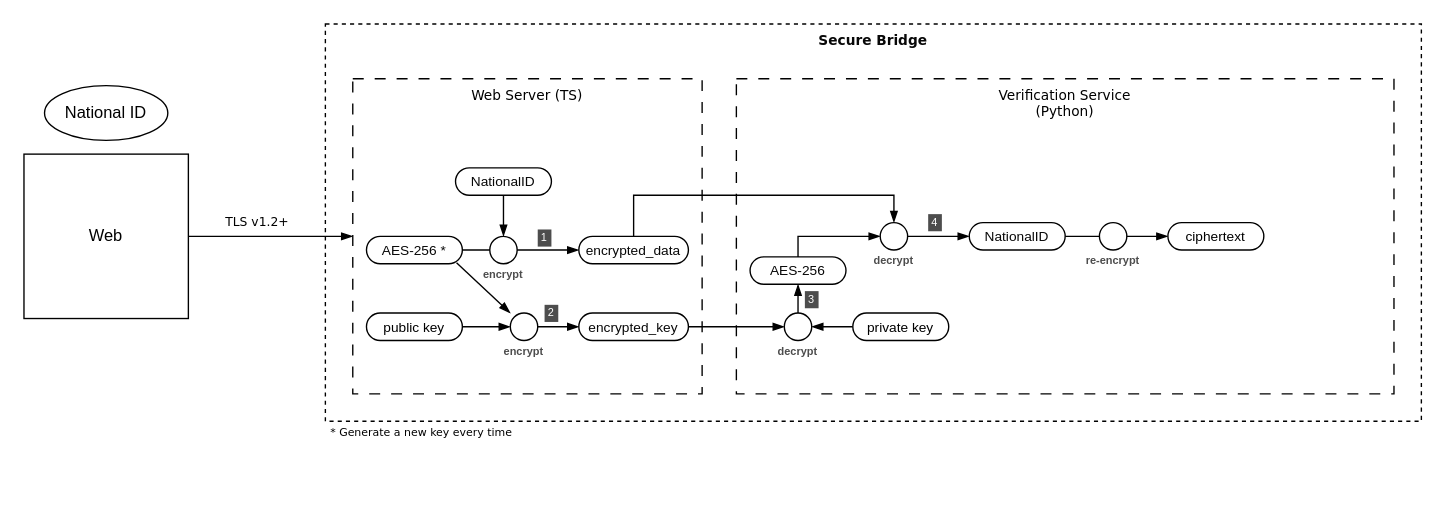
Above: secure bridge.drawio in oskee121/Assignment-Secure-Bridge-Library-Apr-2026 (draw.io), before the change. Source tidied: cells renumbered, new cells numbered last; positions are measured from the earlier drawing's top-left corner, leaving out a move shared by most shapes. Both pictures are drawn from the tidied source at 137%, with x=0, y=0 at pixel (23, 23).
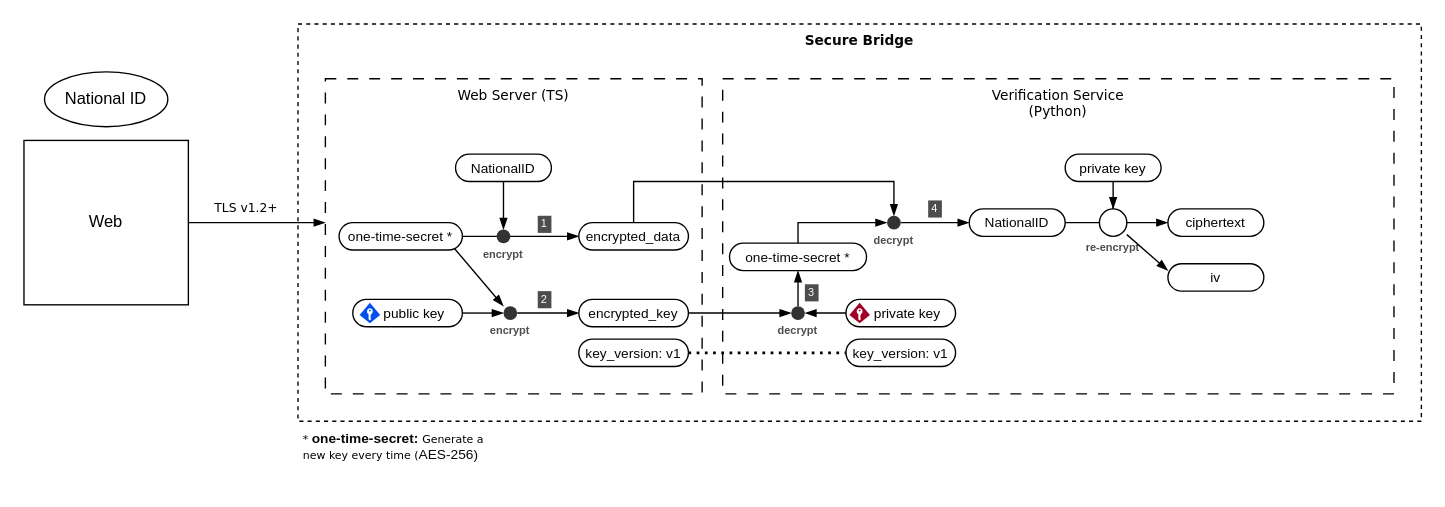
The same page after the edit.

Commit message:
refactor: update secure bridge diagram layout and component styling

What changed in the source:
```diff
@@
     <mxCell id="2" value="&lt;strong style=&quot;font-weight: bold; box-sizing: border-box; color: rgb(8, 8, 8); text-align: start; line-height: 100%;&quot;&gt;Secure Bridge&lt;/strong&gt;" style="rounded=0;whiteSpace=wrap;html=1;verticalAlign=top;labelBackgroundColor=none;dashed=1;fontFamily=Verdana;fontSize=10;" parent="1" vertex="1">
-      <mxGeometry x="220" width="800" height="290" as="geometry" />
+      <mxGeometry x="200" width="820" height="290" as="geometry" />
     </mxCell>
-    <mxCell id="3" value="TLS v1.2+" style="edgeStyle=orthogonalEdgeStyle;rounded=0;jettySize=auto;html=1;endArrow=blockThin;endFill=1;fontFamily=Verdana;fontSize=9;" parent="1" edge="1" source="4" target="5">
-      <mxGeometry x="-0.17" y="10" relative="1" as="geometry" />
+    <mxCell id="3" value="TLS v1.2+" style="edgeStyle=orthogonalEdgeStyle;rounded=0;jettySize=auto;html=1;endArrow=blockThin;endFill=1;fontFamily=Verdana;fontSize=9;" parent="1" edge="1" source="4">
+      <mxGeometry x="-0.17" y="10" relative="1" as="geometry">
+        <mxPoint x="220" y="145" as="targetPoint" />
+      </mxGeometry>
     </mxCell>
     <mxCell id="4" value="Web" style="rounded=0;whiteSpace=wrap;html=1;" parent="1" vertex="1">
-      <mxGeometry y="95" width="120" height="120" as="geometry" />
+      <mxGeometry y="85" width="120" height="120" as="geometry" />
     </mxCell>
     <mxCell id="5" value="Web Server&amp;nbsp;&lt;span style=&quot;background-color: transparent; color: light-dark(rgb(0, 0, 0), rgb(255, 255, 255));&quot;&gt;(TS)&lt;/span&gt;" style="rounded=0;whiteSpace=wrap;html=1;dashed=1;verticalAlign=top;dashPattern=8 8;fontFamily=Verdana;fontSize=10;" parent="1" vertex="1">
-      <mxGeometry x="240" y="40" width="255" height="230" as="geometry" />
+      <mxGeometry x="220" y="40" width="275" height="230" as="geometry" />
     </mxCell>
     <mxCell id="6" value="National ID" style="ellipse;whiteSpace=wrap;html=1;" parent="1" vertex="1">
-      <mxGeometry x="15" y="45" width="90" height="40" as="geometry" />
+      <mxGeometry x="15" y="35" width="90" height="40" as="geometry" />
     </mxCell>
     <mxCell id="7" value="Verification Service&lt;br&gt;(Python)" style="rounded=0;whiteSpace=wrap;html=1;verticalAlign=top;dashed=1;dashPattern=8 8;fontFamily=Verdana;fontSize=10;" parent="1" vertex="1">
-      <mxGeometry x="520" y="40" width="480" height="230" as="geometry" />
+      <mxGeometry x="510" y="40" width="490" height="230" as="geometry" />
     </mxCell>
@@
-    <mxCell id="9" value="public key" style="rounded=1;whiteSpace=wrap;html=1;arcSize=50;fontSize=10;labelBackgroundColor=none;" parent="1" vertex="1">
-      <mxGeometry x="250" y="211" width="70" height="20" as="geometry" />
+    <mxCell id="9" value="public key" style="rounded=1;whiteSpace=wrap;html=1;arcSize=50;fontSize=10;labelBackgroundColor=none;spacingLeft=10;" parent="1" vertex="1">
+      <mxGeometry x="240" y="201" width="80" height="20" as="geometry" />
     </mxCell>
@@
-    <mxCell id="12" value="&lt;span style=&quot;color: rgb(8, 8, 8); font-family: Helvetica, Arial, freesans, sans-serif; text-align: left;&quot;&gt;AES-256 *&lt;/span&gt;" style="rounded=1;whiteSpace=wrap;html=1;arcSize=50;fontSize=10;labelBackgroundColor=none;" parent="1" vertex="1">
-      <mxGeometry x="250" y="155" width="70" height="20" as="geometry" />
+    <mxCell id="12" value="&lt;span style=&quot;color: rgb(8, 8, 8); font-family: Helvetica, Arial, freesans, sans-serif; text-align: left;&quot;&gt;one-time-secret *&lt;/span&gt;" style="rounded=1;whiteSpace=wrap;html=1;arcSize=50;fontSize=10;labelBackgroundColor=none;" parent="1" vertex="1">
+      <mxGeometry x="230" y="145" width="90" height="20" as="geometry" />
     </mxCell>
@@
     <mxCell id="14" value="decrypt" style="text;html=1;whiteSpace=wrap;strokeColor=none;fillColor=none;align=center;verticalAlign=middle;rounded=0;rotation=0;labelBackgroundColor=default;fontSize=8;fontStyle=1;fontColor=#4D4D4D;" parent="1" vertex="1">
-      <mxGeometry x="545" y="231" width="40" height="15" as="geometry" />
+      <mxGeometry x="545" y="216" width="40" height="15" as="geometry" />
     </mxCell>
@@
-    <mxCell id="16" value="private key" style="rounded=1;whiteSpace=wrap;html=1;arcSize=50;fontSize=10;labelBackgroundColor=none;" parent="1" vertex="1">
-      <mxGeometry x="605" y="211" width="70" height="20" as="geometry" />
+    <mxCell id="16" value="private key" style="rounded=1;whiteSpace=wrap;html=1;arcSize=50;fontSize=10;labelBackgroundColor=none;spacingLeft=10;" parent="1" vertex="1">
+      <mxGeometry x="600" y="201" width="80" height="20" as="geometry" />
     </mxCell>
@@
-    <mxCell id="18" style="rounded=1;whiteSpace=wrap;html=1;arcSize=50;fontSize=10;labelBackgroundColor=none;" parent="1" vertex="1">
-      <mxGeometry x="555" y="211" width="20" height="20" as="geometry" />
+    <mxCell id="18" style="rounded=1;whiteSpace=wrap;html=1;arcSize=50;fontSize=10;labelBackgroundColor=none;fillColor=#333333;fontColor=#ffffff;strokeColor=none;" parent="1" vertex="1">
+      <mxGeometry x="560" y="206" width="10" height="10" as="geometry" />
     </mxCell>
-    <mxCell id="19" style="rounded=1;whiteSpace=wrap;html=1;arcSize=50;fontSize=10;labelBackgroundColor=none;" parent="1" vertex="1">
-      <mxGeometry x="340" y="155" width="20" height="20" as="geometry" />
+    <mxCell id="19" style="rounded=1;whiteSpace=wrap;html=1;arcSize=50;fontSize=10;labelBackgroundColor=none;fillColor=#333333;fontColor=#ffffff;strokeColor=none;" parent="1" vertex="1">
+      <mxGeometry x="345" y="150" width="10" height="10" as="geometry" />
     </mxCell>
     <mxCell id="20" style="edgeStyle=orthogonalEdgeStyle;rounded=0;jettySize=auto;html=1;endArrow=blockThin;endFill=1;" parent="1" edge="1" source="21" target="34">
       <mxGeometry relative="1" as="geometry">
         <Array as="points">
-          <mxPoint x="445" y="125" />
-          <mxPoint x="635" y="125" />
+          <mxPoint x="445" y="115" />
+          <mxPoint x="635" y="115" />
         </Array>
       </mxGeometry>
     </mxCell>
     <mxCell id="21" value="&lt;div style=&quot;text-align: left;&quot;&gt;&lt;span style=&quot;background-color: transparent;&quot;&gt;&lt;font color=&quot;#080808&quot; face=&quot;Helvetica, Arial, freesans, sans-serif&quot;&gt;encrypted_data&lt;/font&gt;&lt;/span&gt;&lt;/div&gt;" style="rounded=1;whiteSpace=wrap;html=1;arcSize=50;fontSize=10;labelBackgroundColor=none;" parent="1" vertex="1">
-      <mxGeometry x="405" y="155" width="80" height="20" as="geometry" />
+      <mxGeometry x="405" y="145" width="80" height="20" as="geometry" />
     </mxCell>
     <mxCell id="22" value="&lt;div style=&quot;text-align: left;&quot;&gt;&lt;span style=&quot;background-color: transparent;&quot;&gt;&lt;font color=&quot;#080808&quot; face=&quot;Helvetica, Arial, freesans, sans-serif&quot;&gt;encrypted_key&lt;/font&gt;&lt;/span&gt;&lt;/div&gt;" style="rounded=1;whiteSpace=wrap;html=1;arcSize=50;fontSize=10;labelBackgroundColor=none;" parent="1" vertex="1">
-      <mxGeometry x="405" y="211" width="80" height="20" as="geometry" />
+      <mxGeometry x="405" y="201" width="80" height="20" as="geometry" />
     </mxCell>
@@
     <mxCell id="24" value="&lt;span style=&quot;color: rgb(8, 8, 8); font-family: Helvetica, Arial, freesans, sans-serif; text-align: left;&quot;&gt;NationalID&lt;/span&gt;" style="rounded=1;whiteSpace=wrap;html=1;arcSize=50;fontSize=10;labelBackgroundColor=none;" parent="1" vertex="1">
-      <mxGeometry x="315" y="105" width="70" height="20" as="geometry" />
+      <mxGeometry x="315" y="95" width="70" height="20" as="geometry" />
     </mxCell>
     <mxCell id="25" value="encrypt" style="text;html=1;whiteSpace=wrap;strokeColor=none;fillColor=none;align=center;verticalAlign=middle;rounded=0;rotation=0;labelBackgroundColor=default;fontSize=8;fontStyle=1;fontColor=#4D4D4D;" parent="1" vertex="1">
-      <mxGeometry x="330" y="175" width="40" height="15" as="geometry" />
+      <mxGeometry x="330" y="160" width="40" height="15" as="geometry" />
     </mxCell>
@@
-    <mxCell id="27" style="rounded=1;whiteSpace=wrap;html=1;arcSize=50;fontSize=10;labelBackgroundColor=none;" parent="1" vertex="1">
-      <mxGeometry x="355" y="211" width="20" height="20" as="geometry" />
+    <mxCell id="27" style="rounded=1;whiteSpace=wrap;html=1;arcSize=50;fontSize=10;labelBackgroundColor=none;fillColor=#333333;fontColor=#ffffff;strokeColor=none;" parent="1" vertex="1">
+      <mxGeometry x="350" y="206" width="10" height="10" as="geometry" />
     </mxCell>
     <mxCell id="28" value="encrypt" style="text;html=1;whiteSpace=wrap;strokeColor=none;fillColor=none;align=center;verticalAlign=middle;rounded=0;rotation=0;labelBackgroundColor=default;fontSize=8;fontStyle=1;fontColor=#4D4D4D;" parent="1" vertex="1">
-      <mxGeometry x="345" y="231" width="40" height="15" as="geometry" />
+      <mxGeometry x="335" y="216" width="40" height="15" as="geometry" />
     </mxCell>
-    <mxCell id="29" value="* Generate a new key every time" style="text;html=1;whiteSpace=wrap;strokeColor=none;fillColor=none;align=left;verticalAlign=middle;rounded=0;fontSize=8;spacingLeft=2;fontFamily=Verdana;" parent="1" vertex="1">
-      <mxGeometry x="220" y="290" width="180" height="15" as="geometry" />
+    <mxCell id="29" value="*&amp;nbsp;&lt;span style=&quot;color: rgb(8, 8, 8); font-family: Helvetica, Arial, freesans, sans-serif; font-size: 10px;&quot;&gt;&lt;b&gt;one-time-secret:&lt;/b&gt;&amp;nbsp;&lt;/span&gt;Generate a new key every time (&lt;span style=&quot;color: rgb(8, 8, 8); font-family: Helvetica, Arial, freesans, sans-serif; font-size: 10px;&quot;&gt;AES-256)&lt;/span&gt;" style="text;html=1;whiteSpace=wrap;strokeColor=none;fillColor=none;align=left;verticalAlign=top;rounded=0;fontSize=8;spacingLeft=2;fontFamily=Verdana;" parent="1" vertex="1">
+      <mxGeometry x="200" y="290" width="155" height="45" as="geometry" />
     </mxCell>
     <mxCell id="30" style="edgeStyle=orthogonalEdgeStyle;rounded=0;jettySize=auto;html=1;endArrow=blockThin;endFill=1;" parent="1" edge="1" source="31" target="34">
       <mxGeometry relative="1" as="geometry">
         <Array as="points">
-          <mxPoint x="565" y="155" />
+          <mxPoint x="565" y="145" />
         </Array>
       </mxGeometry>
     </mxCell>
-    <mxCell id="31" value="&lt;span style=&quot;color: rgb(8, 8, 8); font-family: Helvetica, Arial, freesans, sans-serif; text-align: left;&quot;&gt;AES-256&lt;/span&gt;" style="rounded=1;whiteSpace=wrap;html=1;arcSize=50;fontSize=10;labelBackgroundColor=none;" parent="1" vertex="1">
-      <mxGeometry x="530" y="170" width="70" height="20" as="geometry" />
+    <mxCell id="31" value="&lt;span style=&quot;color: rgb(8, 8, 8); font-family: Helvetica, Arial, freesans, sans-serif; text-align: left;&quot;&gt;one-time-secret *&lt;/span&gt;" style="rounded=1;whiteSpace=wrap;html=1;arcSize=50;fontSize=10;labelBackgroundColor=none;" parent="1" vertex="1">
+      <mxGeometry x="515" y="160" width="100" height="20" as="geometry" />
     </mxCell>
     <mxCell id="32" value="decrypt" style="text;html=1;whiteSpace=wrap;strokeColor=none;fillColor=none;align=center;verticalAlign=middle;rounded=0;rotation=0;labelBackgroundColor=default;fontSize=8;fontStyle=1;fontColor=#4D4D4D;" parent="1" vertex="1">
-      <mxGeometry x="615" y="165" width="40" height="15" as="geometry" />
+      <mxGeometry x="615" y="150" width="40" height="15" as="geometry" />
     </mxCell>
@@
-    <mxCell id="34" style="rounded=1;whiteSpace=wrap;html=1;arcSize=50;fontSize=10;labelBackgroundColor=none;" parent="1" vertex="1">
-      <mxGeometry x="625" y="145" width="20" height="20" as="geometry" />
+    <mxCell id="34" style="rounded=1;whiteSpace=wrap;html=1;arcSize=50;fontSize=10;labelBackgroundColor=none;fillColor=#333333;fontColor=#ffffff;strokeColor=none;" parent="1" vertex="1">
+      <mxGeometry x="630" y="140" width="10" height="10" as="geometry" />
     </mxCell>
@@
     <mxCell id="36" value="&lt;span style=&quot;color: rgb(8, 8, 8); font-family: Helvetica, Arial, freesans, sans-serif; text-align: left;&quot;&gt;NationalID&lt;/span&gt;" style="rounded=1;whiteSpace=wrap;html=1;arcSize=50;fontSize=10;labelBackgroundColor=none;" parent="1" vertex="1">
-      <mxGeometry x="690" y="145" width="70" height="20" as="geometry" />
+      <mxGeometry x="690" y="135" width="70" height="20" as="geometry" />
     </mxCell>
     <mxCell id="37" value="1" style="rounded=0;whiteSpace=wrap;html=1;fontSize=8;fillColor=#4D4D4D;fontColor=#FFFFFF;strokeColor=none;" parent="1" vertex="1">
-      <mxGeometry x="375" y="150" width="10" height="12.5" as="geometry" />
+      <mxGeometry x="375" y="140" width="10" height="12.5" as="geometry" />
     </mxCell>
     <mxCell id="38" value="2" style="rounded=0;whiteSpace=wrap;html=1;fontSize=8;fillColor=#4D4D4D;fontColor=#FFFFFF;strokeColor=none;" parent="1" vertex="1">
-      <mxGeometry x="380" y="205" width="10" height="12.5" as="geometry" />
+      <mxGeometry x="375" y="195" width="10" height="12.5" as="geometry" />
     </mxCell>
     <mxCell id="39" value="3" style="rounded=0;whiteSpace=wrap;html=1;fontSize=8;fillColor=#4D4D4D;fontColor=#FFFFFF;strokeColor=none;" parent="1" vertex="1">
-      <mxGeometry x="570" y="195" width="10" height="12.5" as="geometry" />
+      <mxGeometry x="570" y="190" width="10" height="12.5" as="geometry" />
     </mxCell>
     <mxCell id="40" value="4" style="rounded=0;whiteSpace=wrap;html=1;fontSize=8;fillColor=#4D4D4D;fontColor=#FFFFFF;strokeColor=none;" parent="1" vertex="1">
-      <mxGeometry x="660" y="138.8" width="10" height="12.5" as="geometry" />
+      <mxGeometry x="660" y="128.8" width="10" height="12.5" as="geometry" />
     </mxCell>
     <mxCell id="41" value="ciphertext" style="rounded=1;whiteSpace=wrap;html=1;arcSize=50;fontSize=10;labelBackgroundColor=none;" parent="1" vertex="1">
-      <mxGeometry x="835" y="145" width="70" height="20" as="geometry" />
+      <mxGeometry x="835" y="135" width="70" height="20" as="geometry" />
     </mxCell>
     <mxCell id="42" value="re-encrypt" style="text;html=1;whiteSpace=wrap;strokeColor=none;fillColor=none;align=center;verticalAlign=middle;rounded=0;rotation=0;labelBackgroundColor=default;fontSize=8;fontStyle=1;fontColor=#4D4D4D;" parent="1" vertex="1">
-      <mxGeometry x="765" y="165" width="60" height="15" as="geometry" />
+      <mxGeometry x="765" y="155" width="60" height="15" as="geometry" />
     </mxCell>
+    <mxCell id="44" style="shape=connector;rounded=0;jettySize=auto;html=1;entryX=0;entryY=0.25;entryDx=0;entryDy=0;strokeColor=default;align=center;verticalAlign=middle;fontFamily=Helvetica;fontSize=11;fontColor=default;labelBackgroundColor=default;endArrow=blockThin;endFill=1;" parent="1" edge="1" source="43" target="47">
+      <mxGeometry relative="1" as="geometry" />
+    </mxCell>
     <mxCell id="43" style="rounded=1;whiteSpace=wrap;html=1;arcSize=50;fontSize=10;labelBackgroundColor=none;" parent="1" vertex="1">
-      <mxGeometry x="785" y="145" width="20" height="20" as="geometry" />
+      <mxGeometry x="785" y="135" width="20" height="20" as="geometry" />
     </mxCell>
+    <mxCell id="45" style="edgeStyle=orthogonalEdgeStyle;shape=connector;rounded=0;jettySize=auto;html=1;strokeColor=default;align=center;verticalAlign=middle;fontFamily=Helvetica;fontSize=11;fontColor=default;labelBackgroundColor=default;endArrow=blockThin;endFill=1;" parent="1" edge="1" source="46" target="43">
+      <mxGeometry relative="1" as="geometry" />
+    </mxCell>
+    <mxCell id="46" value="private key" style="rounded=1;whiteSpace=wrap;html=1;arcSize=50;fontSize=10;labelBackgroundColor=none;" parent="1" vertex="1">
+      <mxGeometry x="760" y="95" width="70" height="20" as="geometry" />
+    </mxCell>
+    <mxCell id="47" value="iv" style="rounded=1;whiteSpace=wrap;html=1;arcSize=50;fontSize=10;labelBackgroundColor=none;" parent="1" vertex="1">
+      <mxGeometry x="835" y="175" width="70" height="20" as="geometry" />
+    </mxCell>
+    <mxCell id="48" style="edgeStyle=orthogonalEdgeStyle;shape=connector;rounded=0;jettySize=auto;html=1;strokeColor=default;align=center;verticalAlign=middle;fontFamily=Helvetica;fontSize=11;fontColor=default;labelBackgroundColor=default;endArrow=none;endFill=0;dashed=1;dashPattern=1 2;strokeWidth=2;" parent="1" edge="1" source="49" target="50">
+      <mxGeometry relative="1" as="geometry" />
+    </mxCell>
+    <mxCell id="49" value="&lt;div style=&quot;text-align: left;&quot;&gt;&lt;span style=&quot;background-color: transparent; text-align: center;&quot;&gt;&lt;font color=&quot;#080808&quot; face=&quot;Helvetica, Arial, freesans, sans-serif&quot;&gt;key_version:&amp;nbsp;&lt;/font&gt;&lt;/span&gt;&lt;span style=&quot;background-color: transparent;&quot;&gt;&lt;font color=&quot;#080808&quot; face=&quot;Helvetica, Arial, freesans, sans-serif&quot;&gt;v1&lt;/font&gt;&lt;/span&gt;&lt;/div&gt;" style="rounded=1;whiteSpace=wrap;html=1;arcSize=50;fontSize=10;labelBackgroundColor=none;" parent="1" vertex="1">
+      <mxGeometry x="405" y="230" width="80" height="20" as="geometry" />
+    </mxCell>
+    <mxCell id="50" value="&lt;div style=&quot;text-align: left;&quot;&gt;&lt;span style=&quot;background-color: transparent; text-align: center;&quot;&gt;&lt;font color=&quot;#080808&quot; face=&quot;Helvetica, Arial, freesans, sans-serif&quot;&gt;key_version:&amp;nbsp;&lt;/font&gt;&lt;/span&gt;&lt;span style=&quot;background-color: transparent;&quot;&gt;&lt;font color=&quot;#080808&quot; face=&quot;Helvetica, Arial, freesans, sans-serif&quot;&gt;v1&lt;/font&gt;&lt;/span&gt;&lt;/div&gt;" style="rounded=1;whiteSpace=wrap;html=1;arcSize=50;fontSize=10;labelBackgroundColor=none;" parent="1" vertex="1">
+      <mxGeometry x="600" y="230" width="80" height="20" as="geometry" />
+    </mxCell>
+    <mxCell id="51" style="verticalLabelPosition=bottom;html=1;verticalAlign=top;align=center;strokeColor=none;fillColor=#0050ef;shape=mxgraph.azure.access_control;fontFamily=Helvetica;fontSize=11;fontColor=#ffffff;labelBackgroundColor=default;" parent="1" vertex="1">
+      <mxGeometry x="245" y="203.5" width="15" height="15" as="geometry" />
+    </mxCell>
+    <mxCell id="52" style="verticalLabelPosition=bottom;html=1;verticalAlign=top;align=center;strokeColor=none;fillColor=#a20025;shape=mxgraph.azure.access_control;fontFamily=Helvetica;fontSize=11;fontColor=#ffffff;labelBackgroundColor=default;" parent="1" vertex="1">
+      <mxGeometry x="602.5" y="203.5" width="15" height="15" as="geometry" />
+    </mxCell>
```
